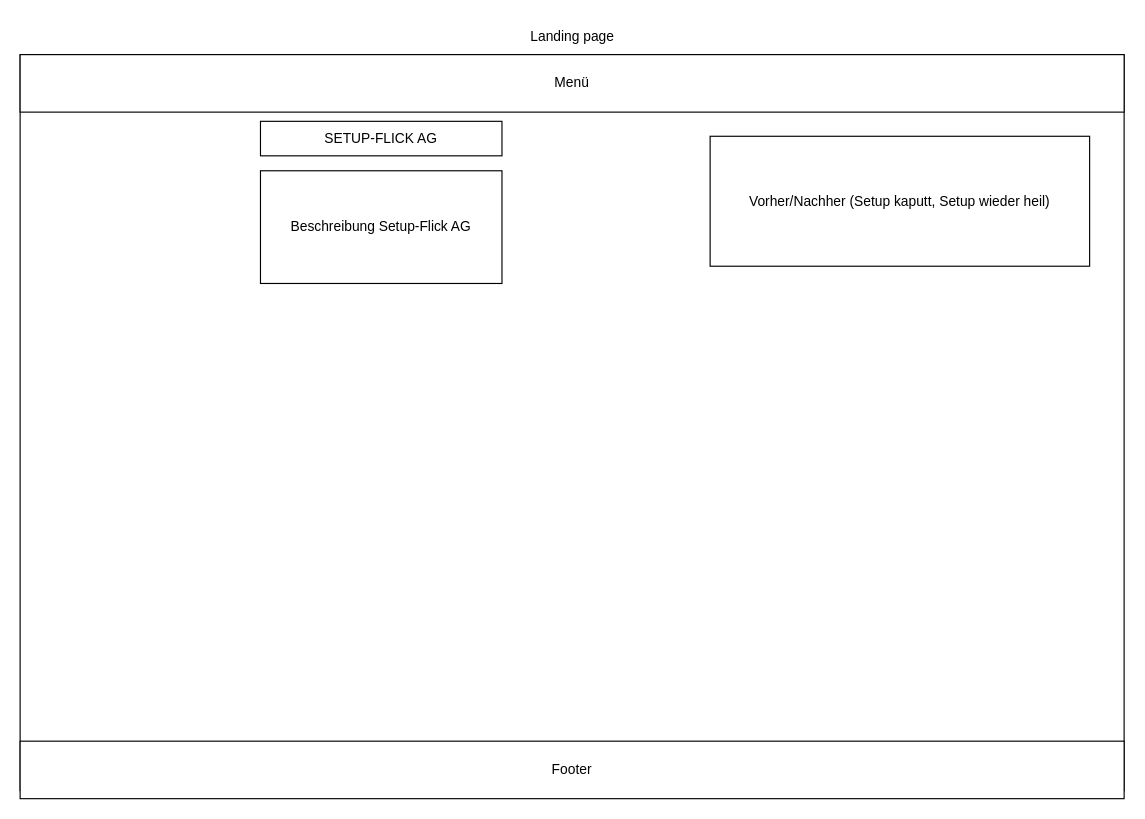
Earlier version of the draw.io diagram page "Landing page" (1 of 5) of Wireframe Setup-Flick AG.drawio (DreamCat04/Setup-Flick-AG). Source tidied: cells renumbered, new cells numbered last; positions are measured from the earlier drawing's top-left corner, leaving out a move shared by most shapes. Both pictures are drawn from the tidied source at 115%, with x=0, y=0 at pixel (20, 20).
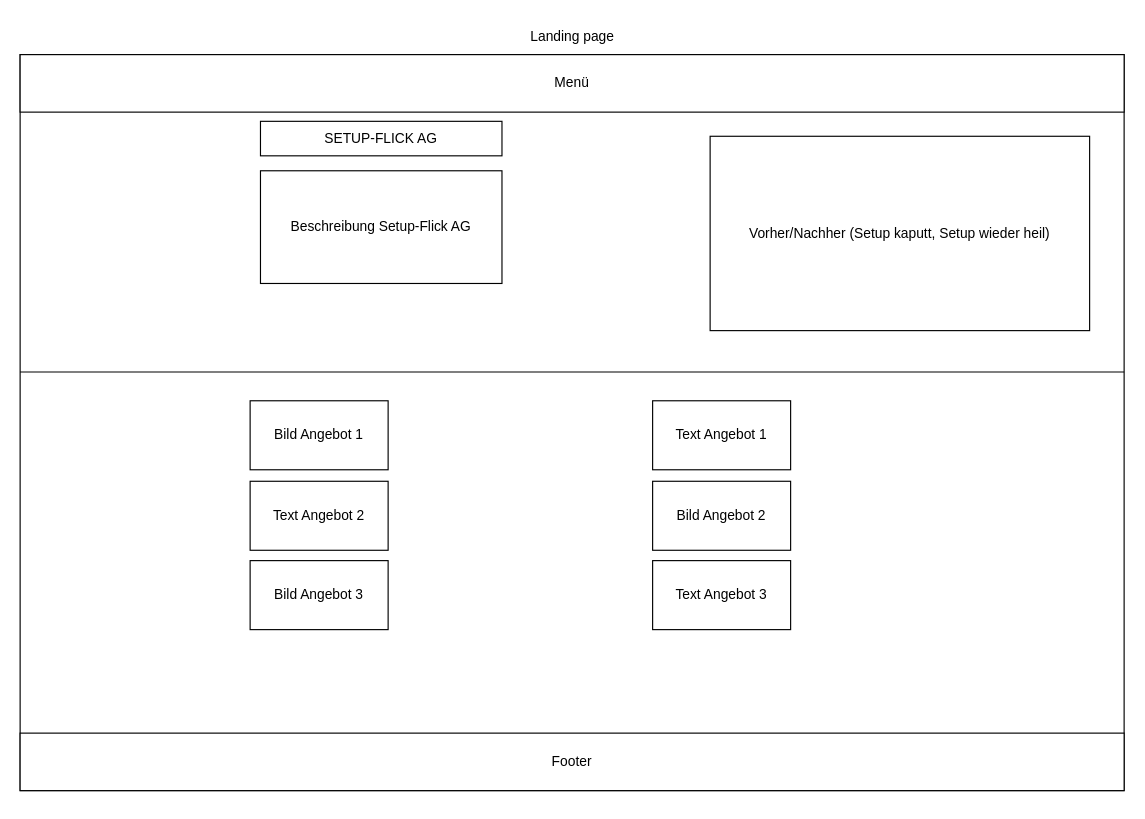
After the change.

Commit message:
Update Wireframe to meet current design

Change to the diagram source:
```diff
@@
 <mxGraphModel>
   <root>
     <mxCell id="0" />
     <mxCell id="1" parent="0" />
     <mxCell id="2" value="Landing page" style="text;html=1;align=center;verticalAlign=middle;strokeColor=none;fillColor=none;" parent="1" vertex="1">
       <mxGeometry x="430" width="100" height="30" as="geometry" />
     </mxCell>
     <mxCell id="3" style="rounded=0;whiteSpace=wrap;html=1;" parent="1" vertex="1">
       <mxGeometry y="30" width="960" height="640" as="geometry" />
     </mxCell>
     <mxCell id="4" value="Menü" style="rounded=0;whiteSpace=wrap;html=1;" parent="1" vertex="1">
       <mxGeometry y="30" width="960" height="50" as="geometry" />
     </mxCell>
     <mxCell id="5" value="SETUP-FLICK AG" style="text;html=1;strokeColor=default;fillColor=none;align=center;verticalAlign=middle;whiteSpace=wrap;rounded=0;" parent="1" vertex="1">
       <mxGeometry x="209" y="88" width="210" height="30" as="geometry" />
     </mxCell>
     <mxCell id="6" value="Beschreibung Setup-Flick AG" style="text;html=1;strokeColor=default;fillColor=none;align=center;verticalAlign=middle;whiteSpace=wrap;rounded=0;" parent="1" vertex="1">
       <mxGeometry x="209" y="131" width="210" height="98" as="geometry" />
     </mxCell>
     <mxCell id="7" value="Footer" style="rounded=0;whiteSpace=wrap;html=1;" parent="1" vertex="1">
-      <mxGeometry y="627" width="960" height="50" as="geometry" />
+      <mxGeometry y="620" width="960" height="50" as="geometry" />
     </mxCell>
     <mxCell id="8" value="Vorher/Nachher (Setup kaputt, Setup wieder heil)" style="rounded=0;whiteSpace=wrap;html=1;" parent="1" vertex="1">
-      <mxGeometry x="600" y="101" width="330" height="113" as="geometry" />
+      <mxGeometry x="600" y="101" width="330" height="169" as="geometry" />
     </mxCell>
+    <mxCell id="9" style="endArrow=none;html=1;rounded=0;entryX=1;entryY=0.5;entryDx=0;entryDy=0;exitX=0;exitY=0.5;exitDx=0;exitDy=0;" parent="1" edge="1">
+      <mxGeometry relative="1" as="geometry">
+        <mxPoint y="306" as="sourcePoint" />
+        <mxPoint x="960" y="306" as="targetPoint" />
+      </mxGeometry>
+    </mxCell>
+    <mxCell id="10" value="Bild Angebot 3" style="rounded=0;whiteSpace=wrap;html=1;" parent="1" vertex="1">
+      <mxGeometry x="200" y="470" width="120" height="60" as="geometry" />
+    </mxCell>
+    <mxCell id="11" value="Text Angebot 3" style="rounded=0;whiteSpace=wrap;html=1;" parent="1" vertex="1">
+      <mxGeometry x="550" y="470" width="120" height="60" as="geometry" />
+    </mxCell>
+    <mxCell id="12" value="Text Angebot 2" style="rounded=0;whiteSpace=wrap;html=1;" parent="1" vertex="1">
+      <mxGeometry x="200" y="401" width="120" height="60" as="geometry" />
+    </mxCell>
+    <mxCell id="13" value="Bild Angebot 2" style="rounded=0;whiteSpace=wrap;html=1;" parent="1" vertex="1">
+      <mxGeometry x="550" y="401" width="120" height="60" as="geometry" />
+    </mxCell>
+    <mxCell id="14" value="Bild Angebot 1" style="rounded=0;whiteSpace=wrap;html=1;" parent="1" vertex="1">
+      <mxGeometry x="200" y="331" width="120" height="60" as="geometry" />
+    </mxCell>
+    <mxCell id="15" value="Text Angebot 1" style="rounded=0;whiteSpace=wrap;html=1;" parent="1" vertex="1">
+      <mxGeometry x="550" y="331" width="120" height="60" as="geometry" />
+    </mxCell>
   </root>
 </mxGraphModel>
```
